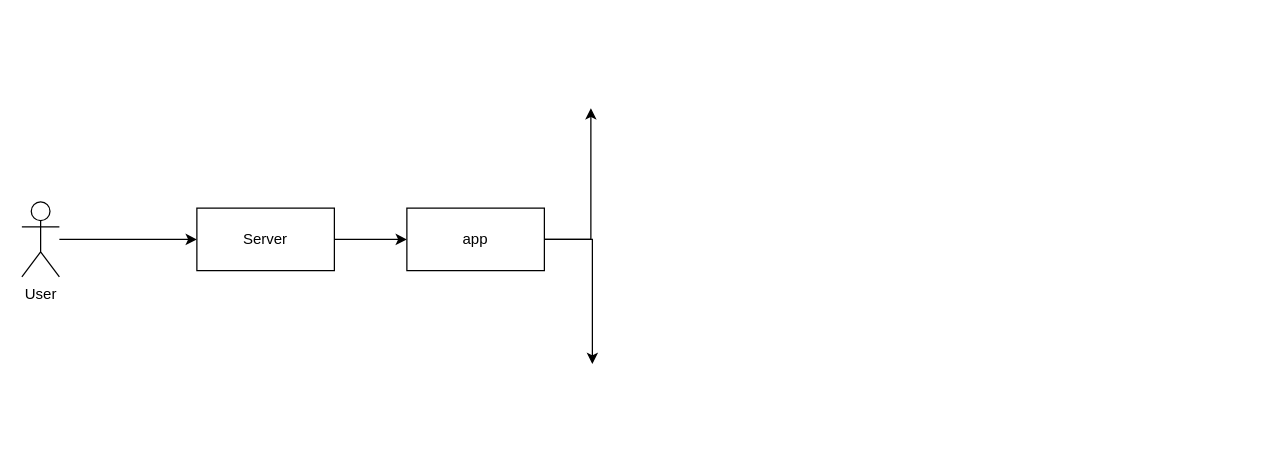
Before: project-manager.drawio in ervette/systemathic-design, a draw.io diagram. Source tidied: cells renumbered, new cells numbered last; positions are measured from the earlier drawing's top-left corner, leaving out a move shared by most shapes. Both pictures are drawn from the tidied source at 125%, with x=0, y=0 at pixel (21, 108).
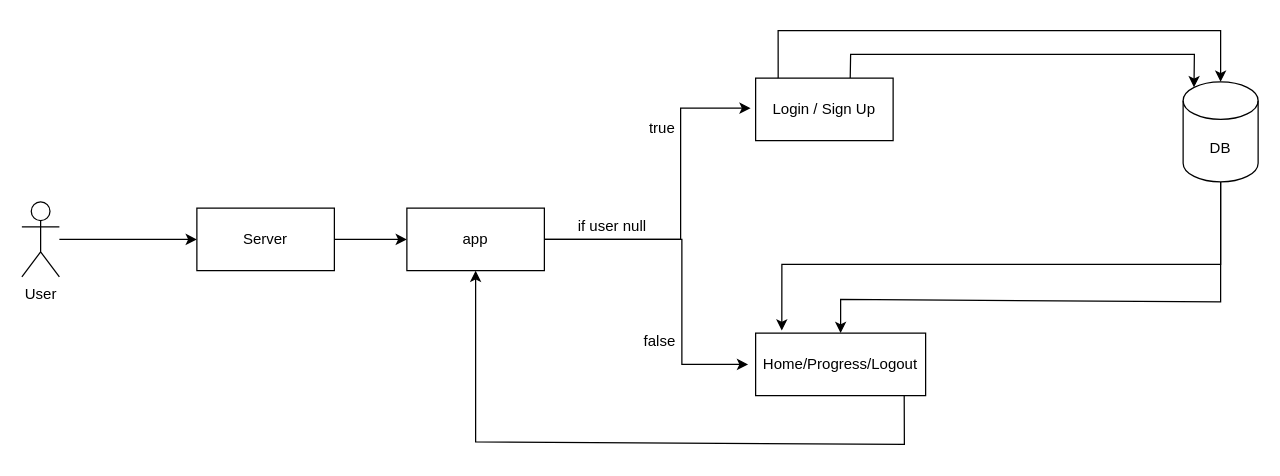
After the change.

Unchanged cells that the change refers to:
```xml
<mxCell id="8" value="app" style="html=1;whiteSpace=wrap;" parent="1" vertex="1">
  <mxGeometry x="308" y="80" width="110" height="50" as="geometry" />
</mxCell>
```

What changed in the source:
```diff
@@
     <mxCell id="6" style="edgeStyle=orthogonalEdgeStyle;rounded=0;jettySize=auto;html=1;" parent="1" edge="1" source="8">
       <mxGeometry relative="1" as="geometry">
-        <mxPoint x="455.2" y="0.1" as="targetPoint" />
+        <mxPoint x="583" as="targetPoint" />
         <Array as="points">
-          <mxPoint x="456" y="105" />
-          <mxPoint x="456" />
+          <mxPoint x="527" y="105" />
+          <mxPoint x="527" />
         </Array>
       </mxGeometry>
     </mxCell>
     <mxCell id="7" style="edgeStyle=orthogonalEdgeStyle;rounded=0;jettySize=auto;html=1;" parent="1" edge="1" source="8">
       <mxGeometry relative="1" as="geometry">
-        <mxPoint x="456.4" y="204.8" as="targetPoint" />
+        <mxPoint x="581" y="205" as="targetPoint" />
         <Array as="points">
-          <mxPoint x="456" y="105" />
-          <mxPoint x="456" y="205" />
+          <mxPoint x="528" y="105" />
+          <mxPoint x="528" y="205" />
         </Array>
       </mxGeometry>
     </mxCell>
@@
+    <mxCell id="9" value="if user null" style="text;html=1;align=center;verticalAlign=middle;strokeColor=none;fillColor=none;" parent="1" vertex="1">
+      <mxGeometry x="435" y="82" width="73" height="26" as="geometry" />
+    </mxCell>
+    <mxCell id="10" value="true" style="text;html=1;align=center;verticalAlign=middle;strokeColor=none;fillColor=none;" parent="1" vertex="1">
+      <mxGeometry x="492" y="3" width="39" height="26" as="geometry" />
+    </mxCell>
+    <mxCell id="11" value="false" style="text;html=1;align=center;verticalAlign=middle;strokeColor=none;fillColor=none;" parent="1" vertex="1">
+      <mxGeometry x="488" y="174" width="43" height="26" as="geometry" />
+    </mxCell>
+    <mxCell id="12" value="Login / Sign Up" style="html=1;whiteSpace=wrap;" parent="1" vertex="1">
+      <mxGeometry x="587" y="-24" width="110" height="50" as="geometry" />
+    </mxCell>
+    <mxCell id="13" value="Home/Progress/Logout" style="html=1;whiteSpace=wrap;" parent="1" vertex="1">
+      <mxGeometry x="587" y="180" width="136" height="50" as="geometry" />
+    </mxCell>
+    <mxCell id="14" style="endArrow=classic;html=1;rounded=0;exitX=0.874;exitY=0.997;exitDx=0;exitDy=0;exitPerimeter=0;entryX=0.5;entryY=1;entryDx=0;entryDy=0;" parent="1" edge="1" source="13" target="8">
+      <mxGeometry relative="1" as="geometry">
+        <Array as="points">
+          <mxPoint x="706" y="269" />
+          <mxPoint x="363" y="267" />
+        </Array>
+      </mxGeometry>
+    </mxCell>
+    <mxCell id="15" value="DB" style="shape=cylinder3;whiteSpace=wrap;html=1;boundedLbl=1;backgroundOutline=1;size=15;" parent="1" vertex="1">
+      <mxGeometry x="929" y="-21" width="60" height="80" as="geometry" />
+    </mxCell>
+    <mxCell id="16" style="endArrow=classic;html=1;rounded=0;exitX=0.164;exitY=0;exitDx=0;exitDy=0;exitPerimeter=0;entryX=0.5;entryY=0;entryDx=0;entryDy=0;entryPerimeter=0;" parent="1" edge="1" source="12" target="15">
+      <mxGeometry relative="1" as="geometry">
+        <Array as="points">
+          <mxPoint x="605" y="-62" />
+          <mxPoint x="959" y="-62" />
+        </Array>
+      </mxGeometry>
+    </mxCell>
+    <mxCell id="17" style="endArrow=classic;html=1;rounded=0;exitX=0.688;exitY=-0.001;exitDx=0;exitDy=0;exitPerimeter=0;entryX=0.145;entryY=0;entryDx=0;entryDy=4.35;entryPerimeter=0;" parent="1" edge="1" source="12" target="15">
+      <mxGeometry relative="1" as="geometry">
+        <Array as="points">
+          <mxPoint x="663" y="-43" />
+          <mxPoint x="938" y="-43" />
+        </Array>
+      </mxGeometry>
+    </mxCell>
+    <mxCell id="18" style="endArrow=classic;html=1;rounded=0;exitX=0.5;exitY=1;exitDx=0;exitDy=0;exitPerimeter=0;entryX=0.154;entryY=-0.04;entryDx=0;entryDy=0;entryPerimeter=0;" parent="1" edge="1" source="15" target="13">
+      <mxGeometry relative="1" as="geometry">
+        <Array as="points">
+          <mxPoint x="959" y="125" />
+          <mxPoint x="608" y="125" />
+        </Array>
+      </mxGeometry>
+    </mxCell>
+    <mxCell id="19" style="endArrow=classic;html=1;rounded=0;exitX=0.5;exitY=1;exitDx=0;exitDy=0;exitPerimeter=0;entryX=0.5;entryY=0;entryDx=0;entryDy=0;" parent="1" edge="1" source="15" target="13">
+      <mxGeometry relative="1" as="geometry">
+        <Array as="points">
+          <mxPoint x="959" y="155" />
+          <mxPoint x="655" y="153" />
+        </Array>
+      </mxGeometry>
+    </mxCell>
```
